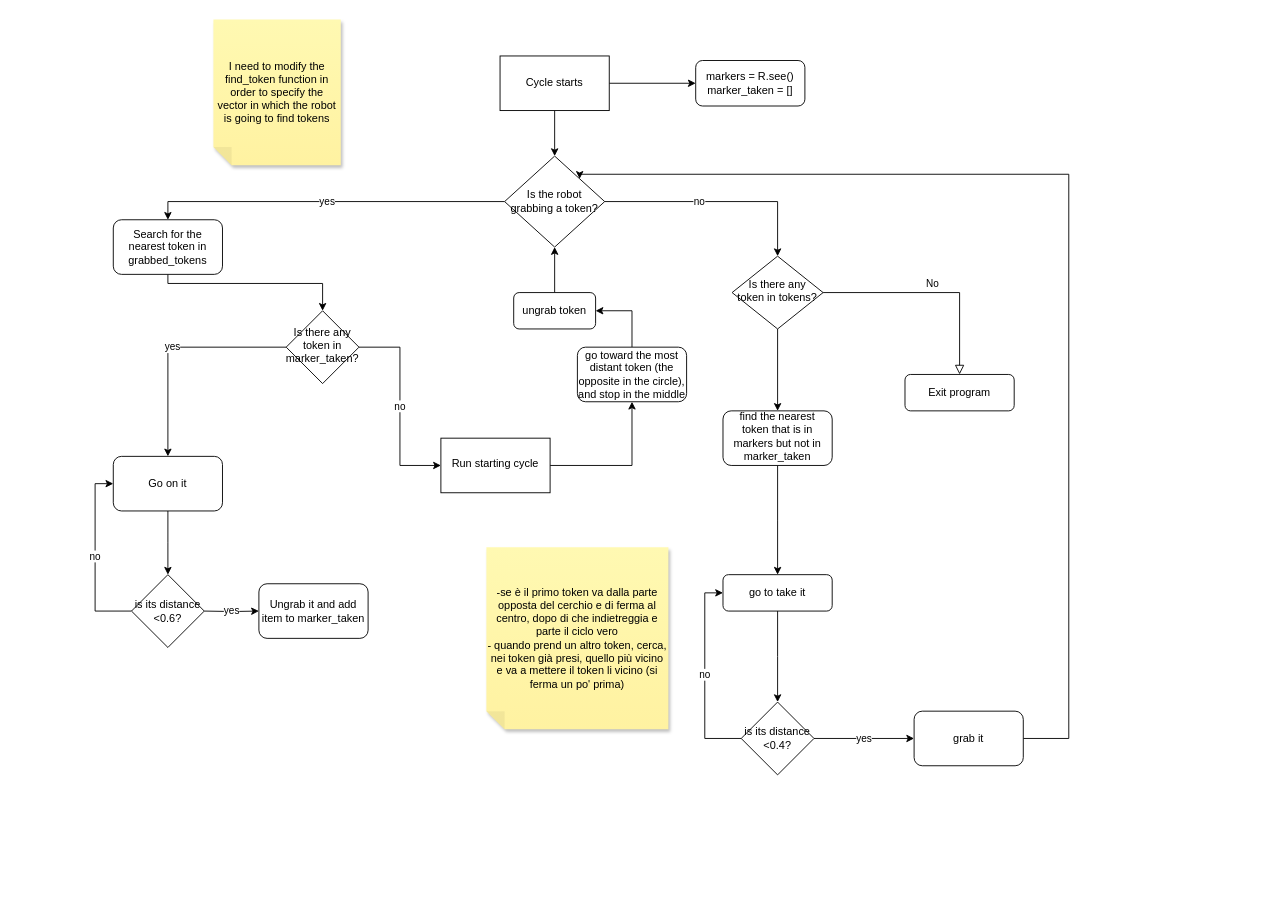
leleviola/rt1 keeps this draw.io diagram as Assignment1.drawio. Above is the earlier version. Source tidied: cells renumbered, new cells numbered last; positions are measured from the earlier drawing's top-left corner, leaving out a move shared by most shapes. Both pictures are drawn from the tidied source at 91%, with x=0, y=0 at pixel (95, 19).
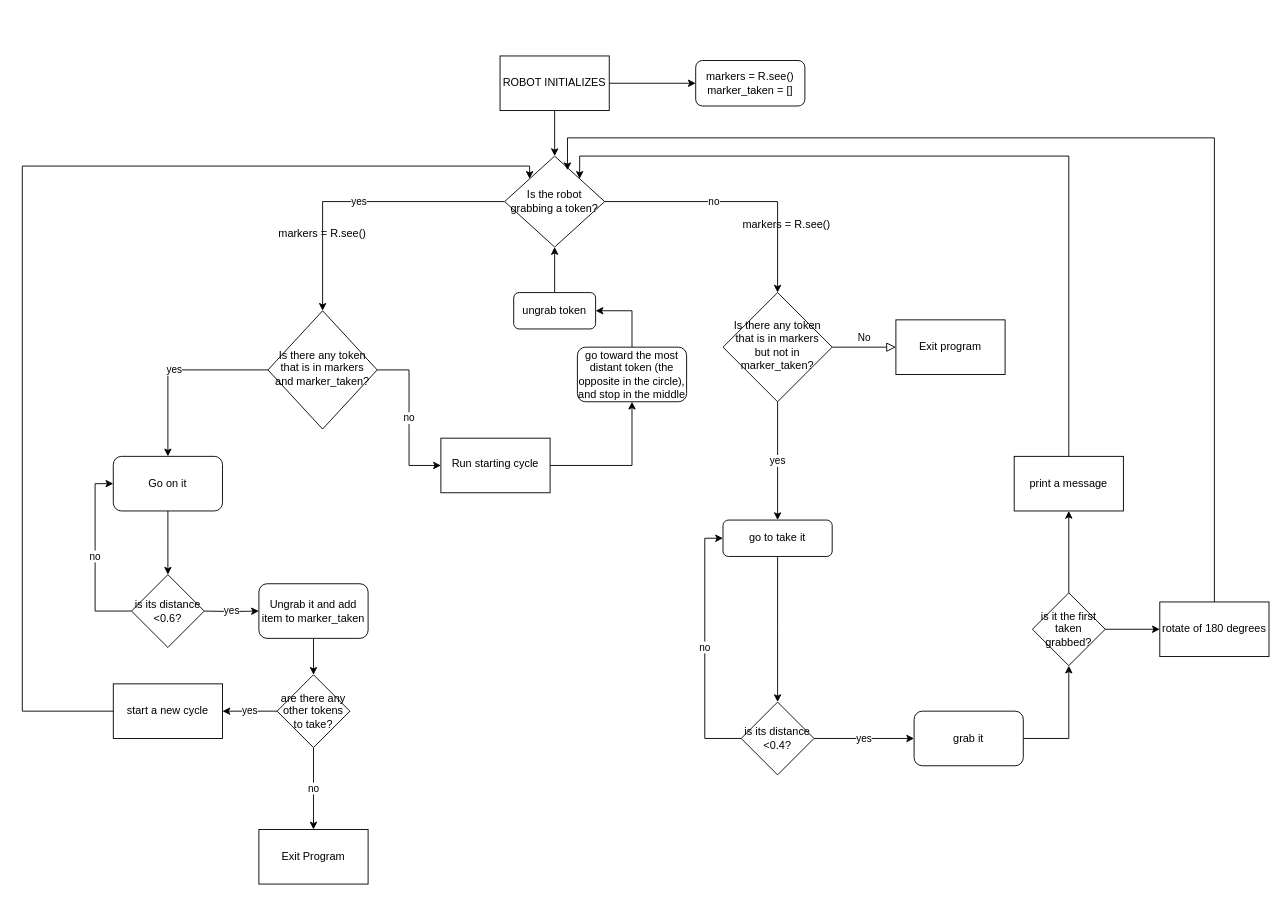
Above is the later version.

Unchanged cells that the change refers to:
```xml
<mxCell id="13" value="Is the robot grabbing a token?" style="rhombus;whiteSpace=wrap;html=1;" parent="1" vertex="1">
  <mxGeometry x="450" y="150" width="110" height="100" as="geometry" />
</mxCell>
<mxCell id="28" value="Ungrab it and add item to marker_taken" style="whiteSpace=wrap;html=1;rounded=1;" parent="1" vertex="1">
  <mxGeometry x="180" y="620" width="120" height="60" as="geometry" />
</mxCell>
<mxCell id="38" value="is its distance &amp;lt;0.4?" style="rhombus;whiteSpace=wrap;html=1;" parent="1" vertex="1">
  <mxGeometry x="710" y="750" width="80" height="80" as="geometry" />
</mxCell>
<mxCell id="40" value="grab it" style="rounded=1;whiteSpace=wrap;html=1;" parent="1" vertex="1">
  <mxGeometry x="900" y="760" width="120" height="60" as="geometry" />
</mxCell>
```

Diff of the diagram source:
```diff
@@
-    <mxCell id="4" style="edgeStyle=orthogonalEdgeStyle;rounded=0;jettySize=auto;html=1;entryX=0.5;entryY=0;entryDx=0;entryDy=0;" parent="1" edge="1" source="5" target="30">
+    <mxCell id="4" value="yes" style="edgeStyle=orthogonalEdgeStyle;rounded=0;jettySize=auto;html=1;entryX=0.5;entryY=0;entryDx=0;entryDy=0;" parent="1" edge="1" source="5" target="8">
       <mxGeometry relative="1" as="geometry" />
     </mxCell>
-    <mxCell id="5" value="Is there any token in tokens?" style="rhombus;whiteSpace=wrap;html=1;shadow=0;fontFamily=Helvetica;fontSize=12;align=center;strokeWidth=1;spacing=6;spacingTop=-4;" parent="1" vertex="1">
-      <mxGeometry x="700" y="260" width="100" height="80" as="geometry" />
+    <mxCell id="5" value="Is there any token that is in markers but not in marker_taken?" style="rhombus;whiteSpace=wrap;html=1;shadow=0;fontFamily=Helvetica;fontSize=12;align=center;strokeWidth=1;spacing=6;spacingTop=-4;" parent="1" vertex="1">
+      <mxGeometry x="690" y="300" width="120" height="120" as="geometry" />
     </mxCell>
-    <mxCell id="6" value="Exit program" style="rounded=1;whiteSpace=wrap;html=1;fontSize=12;glass=0;strokeWidth=1;shadow=0;" parent="1" vertex="1">
-      <mxGeometry x="890" y="390" width="120" height="40" as="geometry" />
-    </mxCell>
@@
     <mxCell id="8" value="go to take it" style="rounded=1;whiteSpace=wrap;html=1;fontSize=12;glass=0;strokeWidth=1;shadow=0;" parent="1" vertex="1">
-      <mxGeometry x="690" y="610" width="120" height="40" as="geometry" />
+      <mxGeometry x="690" y="550" width="120" height="40" as="geometry" />
     </mxCell>
@@
-    <mxCell id="11" value="Cycle starts" style="rounded=0;whiteSpace=wrap;html=1;" parent="1" vertex="1">
+    <mxCell id="11" value="ROBOT INITIALIZES" style="rounded=0;whiteSpace=wrap;html=1;" parent="1" vertex="1">
       <mxGeometry x="445" y="40" width="120" height="60" as="geometry" />
     </mxCell>
-    <mxCell id="12" value="yes" style="edgeStyle=orthogonalEdgeStyle;rounded=0;jettySize=auto;html=1;entryX=0.5;entryY=0;entryDx=0;entryDy=0;" parent="1" edge="1" source="13" target="17">
+    <mxCell id="12" value="yes" style="edgeStyle=orthogonalEdgeStyle;rounded=0;jettySize=auto;html=1;" parent="1" edge="1" source="13" target="20">
       <mxGeometry relative="1" as="geometry" />
     </mxCell>
@@
-    <mxCell id="15" value="&lt;div&gt;-se è il primo token va dalla parte opposta del cerchio e di ferma al centro, dopo di che indietreggia e parte il ciclo vero&lt;/div&gt;&lt;div&gt;- quando prend un altro token, cerca, nei token già presi, quello più vicino e va a mettere il token li vicino (si ferma un po' prima)&lt;br&gt;&lt;/div&gt;" style="shape=note;whiteSpace=wrap;html=1;backgroundOutline=1;fontColor=#000000;darkOpacity=0.05;fillColor=#FFF9B2;strokeColor=none;fillStyle=solid;direction=west;gradientDirection=north;gradientColor=#FFF2A1;shadow=1;size=20;" parent="1" vertex="1">
-      <mxGeometry x="430" y="580" width="200" height="200" as="geometry" />
-    </mxCell>
-    <mxCell id="16" style="edgeStyle=orthogonalEdgeStyle;rounded=0;jettySize=auto;html=1;entryX=0.5;entryY=0;entryDx=0;entryDy=0;" parent="1" edge="1" source="17" target="20">
-      <mxGeometry relative="1" as="geometry">
-        <Array as="points">
-          <mxPoint x="80" y="290" />
-          <mxPoint x="250" y="290" />
-        </Array>
-      </mxGeometry>
-    </mxCell>
-    <mxCell id="17" value="Search for the nearest token in grabbed_tokens" style="rounded=1;whiteSpace=wrap;html=1;" parent="1" vertex="1">
-      <mxGeometry x="20" y="220" width="120" height="60" as="geometry" />
-    </mxCell>
@@
-    <mxCell id="20" value="Is there any token in marker_taken?" style="rhombus;whiteSpace=wrap;html=1;shadow=0;strokeWidth=1;spacing=6;spacingTop=-4;" parent="1" vertex="1">
-      <mxGeometry x="210" y="320" width="80" height="80" as="geometry" />
+    <mxCell id="20" value="Is there any token that is in markers and marker_taken?" style="rhombus;whiteSpace=wrap;html=1;shadow=0;strokeWidth=1;spacing=6;spacingTop=-4;" parent="1" vertex="1">
+      <mxGeometry x="190" y="320" width="120" height="130" as="geometry" />
     </mxCell>
@@
-    <mxCell id="23" value="I need to modify the find_token function in order to specify the vector in which the robot is going to find tokens" style="shape=note;whiteSpace=wrap;html=1;backgroundOutline=1;fontColor=#000000;darkOpacity=0.05;fillColor=#FFF9B2;strokeColor=none;fillStyle=solid;direction=west;gradientDirection=north;gradientColor=#FFF2A1;shadow=1;size=20;" parent="1" vertex="1">
-      <mxGeometry x="130" width="140" height="160" as="geometry" />
-    </mxCell>
@@
+    <mxCell id="41" style="edgeStyle=orthogonalEdgeStyle;rounded=0;jettySize=auto;html=1;" parent="1" edge="1" source="28" target="45">
+      <mxGeometry relative="1" as="geometry" />
+    </mxCell>
@@
-    <mxCell id="29" style="edgeStyle=orthogonalEdgeStyle;rounded=0;jettySize=auto;html=1;" parent="1" edge="1" source="30">
-      <mxGeometry relative="1" as="geometry">
-        <mxPoint x="750" y="610" as="targetPoint" />
-      </mxGeometry>
-    </mxCell>
-    <mxCell id="30" value="find the nearest token that is in markers but not in marker_taken " style="rounded=1;whiteSpace=wrap;html=1;shadow=0;strokeWidth=1;spacing=6;spacingTop=-4;" parent="1" vertex="1">
-      <mxGeometry x="690" y="430" width="120" height="60" as="geometry" />
-    </mxCell>
@@
     <mxCell id="36" value="no" style="edgeStyle=orthogonalEdgeStyle;rounded=0;jettySize=auto;html=1;entryX=0;entryY=0.5;entryDx=0;entryDy=0;" parent="1" edge="1" source="38" target="8">
       <mxGeometry relative="1" as="geometry">
         <Array as="points">
           <mxPoint x="670" y="790" />
-          <mxPoint x="670" y="630" />
+          <mxPoint x="670" y="570" />
         </Array>
       </mxGeometry>
     </mxCell>
@@
-    <mxCell id="39" style="edgeStyle=orthogonalEdgeStyle;rounded=0;jettySize=auto;html=1;entryX=1;entryY=0;entryDx=0;entryDy=0;" parent="1" edge="1" source="40" target="13">
-      <mxGeometry relative="1" as="geometry">
-        <Array as="points">
-          <mxPoint x="1070" y="790" />
-          <mxPoint x="1070" y="170" />
-          <mxPoint x="533" y="170" />
-        </Array>
-      </mxGeometry>
-    </mxCell>
+    <mxCell id="42" style="edgeStyle=orthogonalEdgeStyle;rounded=0;jettySize=auto;html=1;entryX=0.5;entryY=1;entryDx=0;entryDy=0;" parent="1" edge="1" source="40" target="53">
+      <mxGeometry relative="1" as="geometry" />
+    </mxCell>
@@
+    <mxCell id="43" value="no" style="edgeStyle=orthogonalEdgeStyle;rounded=0;jettySize=auto;html=1;" parent="1" edge="1" source="45" target="46">
+      <mxGeometry relative="1" as="geometry" />
+    </mxCell>
+    <mxCell id="44" value="yes" style="edgeStyle=orthogonalEdgeStyle;rounded=0;jettySize=auto;html=1;" parent="1" edge="1" source="45" target="47">
+      <mxGeometry relative="1" as="geometry" />
+    </mxCell>
+    <mxCell id="45" value="are there any other tokens to take?" style="rhombus;whiteSpace=wrap;html=1;" parent="1" vertex="1">
+      <mxGeometry x="200" y="720" width="80" height="80" as="geometry" />
+    </mxCell>
+    <mxCell id="46" value="Exit Program" style="whiteSpace=wrap;html=1;" parent="1" vertex="1">
+      <mxGeometry x="180" y="890" width="120" height="60" as="geometry" />
+    </mxCell>
+    <mxCell id="47" value="start a new cycle" style="whiteSpace=wrap;html=1;" parent="1" vertex="1">
+      <mxGeometry x="20" y="730" width="120" height="60" as="geometry" />
+    </mxCell>
+    <mxCell id="48" style="edgeStyle=orthogonalEdgeStyle;rounded=0;jettySize=auto;html=1;entryX=0;entryY=0;entryDx=0;entryDy=0;" parent="1" edge="1" source="47" target="13">
+      <mxGeometry relative="1" as="geometry">
+        <Array as="points">
+          <mxPoint x="-80" y="760" />
+          <mxPoint x="-80" y="161" />
+          <mxPoint x="478" y="161" />
+        </Array>
+      </mxGeometry>
+    </mxCell>
+    <mxCell id="49" value="markers = R.see()" style="text;html=1;strokeColor=none;fillColor=none;align=center;verticalAlign=middle;whiteSpace=wrap;rounded=0;" parent="1" vertex="1">
+      <mxGeometry x="200" y="220" width="100" height="30" as="geometry" />
+    </mxCell>
+    <mxCell id="50" value="markers = R.see()" style="text;html=1;strokeColor=none;fillColor=none;align=center;verticalAlign=middle;whiteSpace=wrap;rounded=0;" parent="1" vertex="1">
+      <mxGeometry x="710" y="210" width="100" height="30" as="geometry" />
+    </mxCell>
+    <mxCell id="6" value="Exit program" style="rounded=0;whiteSpace=wrap;html=1;" parent="1" vertex="1">
+      <mxGeometry x="880" y="330" width="120" height="60" as="geometry" />
+    </mxCell>
+    <mxCell id="51" style="edgeStyle=orthogonalEdgeStyle;rounded=0;jettySize=auto;html=1;" parent="1" edge="1" source="53" target="55">
+      <mxGeometry relative="1" as="geometry" />
+    </mxCell>
+    <mxCell id="52" style="edgeStyle=orthogonalEdgeStyle;rounded=0;jettySize=auto;html=1;" parent="1" edge="1" source="53" target="56">
+      <mxGeometry relative="1" as="geometry" />
+    </mxCell>
+    <mxCell id="53" value="is it the first taken grabbed?" style="rhombus;whiteSpace=wrap;html=1;" parent="1" vertex="1">
+      <mxGeometry x="1030" y="630" width="80" height="80" as="geometry" />
+    </mxCell>
+    <mxCell id="54" style="edgeStyle=orthogonalEdgeStyle;rounded=0;jettySize=auto;html=1;entryX=1;entryY=0;entryDx=0;entryDy=0;" parent="1" edge="1" source="55" target="13">
+      <mxGeometry relative="1" as="geometry">
+        <Array as="points">
+          <mxPoint x="1070" y="150" />
+          <mxPoint x="532" y="150" />
+        </Array>
+      </mxGeometry>
+    </mxCell>
+    <mxCell id="55" value="print a message" style="whiteSpace=wrap;html=1;" parent="1" vertex="1">
+      <mxGeometry x="1010" y="480" width="120" height="60" as="geometry" />
+    </mxCell>
+    <mxCell id="56" value="rotate of 180 degrees" style="whiteSpace=wrap;html=1;" parent="1" vertex="1">
+      <mxGeometry x="1170" y="640" width="120" height="60" as="geometry" />
+    </mxCell>
+    <mxCell id="57" style="edgeStyle=orthogonalEdgeStyle;rounded=0;jettySize=auto;html=1;entryX=0.628;entryY=0.155;entryDx=0;entryDy=0;entryPerimeter=0;" parent="1" edge="1" source="56" target="13">
+      <mxGeometry relative="1" as="geometry">
+        <Array as="points">
+          <mxPoint x="1230" y="130" />
+          <mxPoint x="519" y="130" />
+        </Array>
+      </mxGeometry>
+    </mxCell>
```
